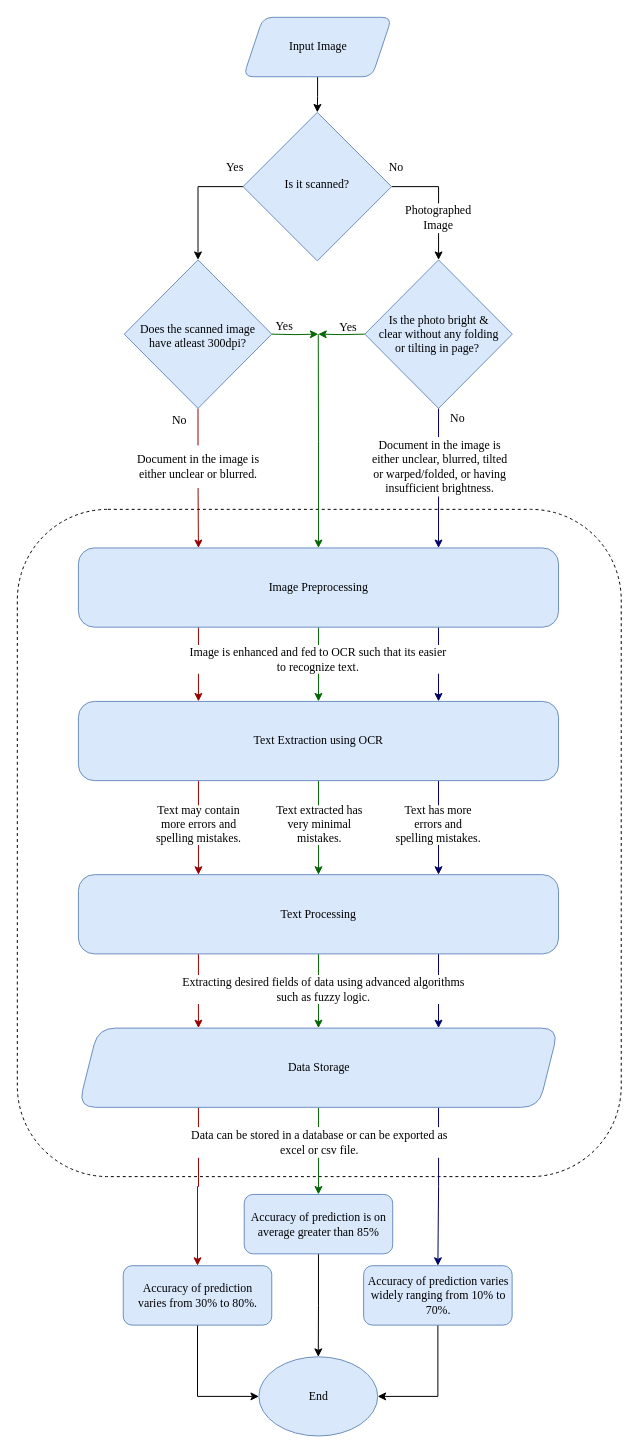
NiThIn-S/first keeps this draw.io diagram as page "Page-3" (3 of 3) of workflow3.drawio. Above is the earlier version. Source tidied: cells renumbered, new cells numbered last; positions are measured from the earlier drawing's top-left corner, leaving out a move shared by most shapes. Both pictures are drawn from the tidied source at 99%, with x=0, y=0 at pixel (17, 17).
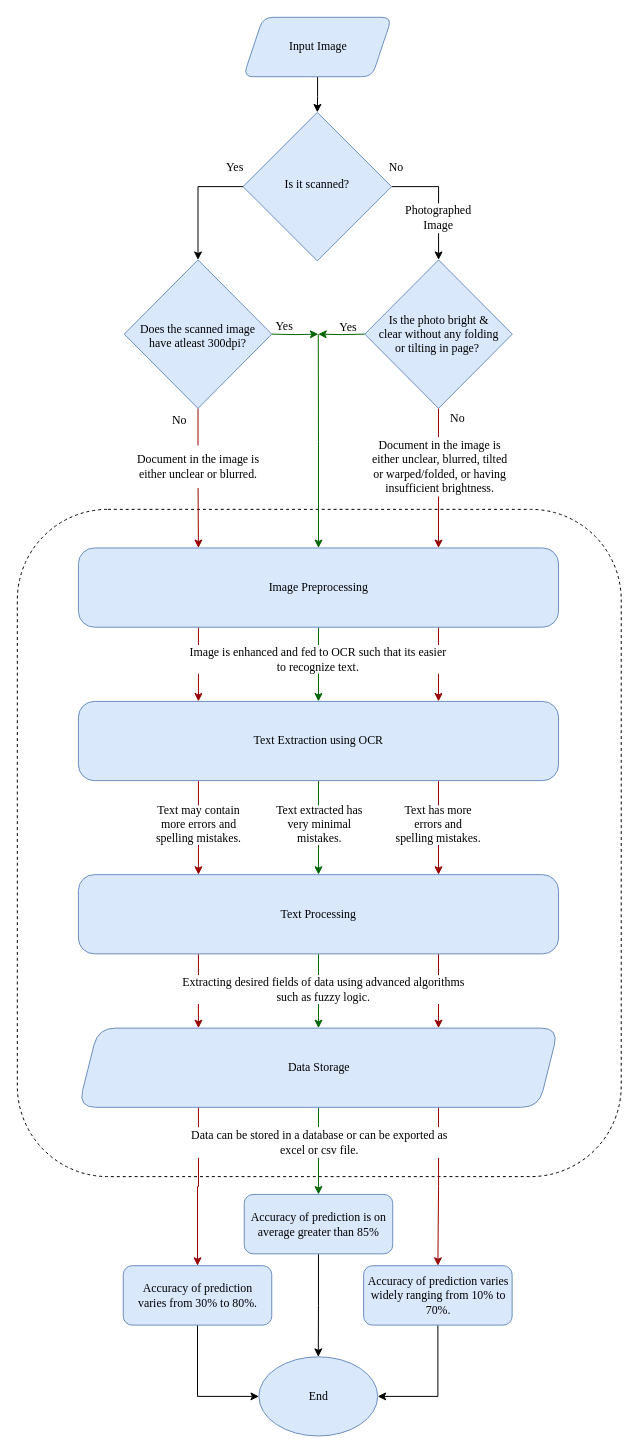
After the change.

The change refers to these unchanged cells:
```xml
<mxCell id="5" value="&lt;div&gt;Is the photo bright &amp;amp; &lt;br&gt;&lt;/div&gt;&lt;div&gt;clear without any folding or tilting in page?&amp;nbsp; &lt;/div&gt;" style="rhombus;whiteSpace=wrap;shadow=0;fontFamily=Times New Roman;fontSize=12;align=center;strokeWidth=1;spacing=7;spacingTop=0;verticalAlign=middle;textDirection=ltr;html=1;horizontal=1;fillColor=#dae8fc;strokeColor=#6c8ebf;labelPosition=center;verticalLabelPosition=middle;spacingLeft=3;spacingRight=2;" parent="1" vertex="1">
  <mxGeometry x="351" y="245" width="149" height="150" as="geometry" />
</mxCell>
<mxCell id="19" value="&lt;div&gt;&lt;span&gt;Image Preprocessing&lt;/span&gt;&lt;/div&gt;" style="rounded=1;whiteSpace=wrap;html=1;align=center;fillColor=#dae8fc;strokeColor=#6c8ebf;fontFamily=Times New Roman;fontStyle=0;arcSize=20;" parent="1" vertex="1">
  <mxGeometry x="61.7" y="536" width="485" height="80" as="geometry" />
</mxCell>
<mxCell id="33" value="&lt;div&gt;Text Extraction using OCR&lt;/div&gt;" style="rounded=1;whiteSpace=wrap;html=1;align=center;fillColor=#dae8fc;strokeColor=#6c8ebf;fontFamily=Times New Roman;fontStyle=0;arcSize=20;" parent="1" vertex="1">
  <mxGeometry x="61.7" y="691" width="485" height="80" as="geometry" />
</mxCell>
<mxCell id="38" value="Text Processing" style="rounded=1;whiteSpace=wrap;html=1;align=center;fillColor=#dae8fc;strokeColor=#6c8ebf;fontFamily=Times New Roman;fontStyle=0;arcSize=20;" parent="1" vertex="1">
  <mxGeometry x="61.7" y="866" width="485" height="80" as="geometry" />
</mxCell>
<mxCell id="45" value="Data Storage" style="shape=parallelogram;perimeter=parallelogramPerimeter;whiteSpace=wrap;html=1;fixedSize=1;rounded=1;strokeColor=#6c8ebf;fillColor=#dae8fc;spacingTop=-1;spacingLeft=1;fontFamily=Times New Roman;size=20;arcSize=35;" parent="1" vertex="1">
  <mxGeometry x="61.7" y="1021" width="485" height="80" as="geometry" />
</mxCell>
<mxCell id="48" value="Accuracy of prediction varies widely ranging from 10% to 70%." style="whiteSpace=wrap;html=1;rounded=1;fontFamily=Times New Roman;strokeColor=#6c8ebf;fillColor=#dae8fc;spacingTop=-1;spacingLeft=1;" parent="1" vertex="1">
  <mxGeometry x="349.8" y="1261" width="150" height="60" as="geometry" />
</mxCell>
```

Change to the diagram source:
```diff
@@
-    <mxCell id="3" style="edgeStyle=orthogonalEdgeStyle;rounded=0;jettySize=auto;html=1;entryX=0.75;entryY=0;entryDx=0;entryDy=0;strokeColor=#000066;fontFamily=Times New Roman;" parent="1" edge="1" source="5" target="19">
+    <mxCell id="3" style="edgeStyle=orthogonalEdgeStyle;rounded=0;jettySize=auto;html=1;entryX=0.75;entryY=0;entryDx=0;entryDy=0;strokeColor=#990000;fontFamily=Times New Roman;" parent="1" edge="1" source="5" target="19">
       <mxGeometry relative="1" as="geometry" />
     </mxCell>
@@
-    <mxCell id="18" style="edgeStyle=orthogonalEdgeStyle;rounded=0;jettySize=auto;html=1;exitX=0.75;exitY=1;exitDx=0;exitDy=0;entryX=0.75;entryY=0;entryDx=0;entryDy=0;strokeColor=#000066;fontFamily=Times New Roman;" parent="1" edge="1" source="19" target="33">
+    <mxCell id="18" style="edgeStyle=orthogonalEdgeStyle;rounded=0;jettySize=auto;html=1;exitX=0.75;exitY=1;exitDx=0;exitDy=0;entryX=0.75;entryY=0;entryDx=0;entryDy=0;strokeColor=#990000;fontFamily=Times New Roman;" parent="1" edge="1" source="19" target="33">
       <mxGeometry relative="1" as="geometry" />
     </mxCell>
@@
-    <mxCell id="31" style="edgeStyle=orthogonalEdgeStyle;rounded=0;jettySize=auto;html=1;exitX=0.75;exitY=1;exitDx=0;exitDy=0;entryX=0.75;entryY=0;entryDx=0;entryDy=0;fontFamily=Times New Roman;strokeColor=#000066;" parent="1" edge="1" source="33" target="38">
+    <mxCell id="31" style="edgeStyle=orthogonalEdgeStyle;rounded=0;jettySize=auto;html=1;exitX=0.75;exitY=1;exitDx=0;exitDy=0;entryX=0.75;entryY=0;entryDx=0;entryDy=0;fontFamily=Times New Roman;strokeColor=#990000;" parent="1" edge="1" source="33" target="38">
       <mxGeometry relative="1" as="geometry" />
     </mxCell>
@@
-    <mxCell id="36" style="edgeStyle=orthogonalEdgeStyle;rounded=0;jettySize=auto;html=1;exitX=0.75;exitY=1;exitDx=0;exitDy=0;entryX=0.75;entryY=0;entryDx=0;entryDy=0;fontFamily=Times New Roman;strokeColor=#000066;" parent="1" edge="1" source="38" target="45">
+    <mxCell id="36" style="edgeStyle=orthogonalEdgeStyle;rounded=0;jettySize=auto;html=1;exitX=0.75;exitY=1;exitDx=0;exitDy=0;entryX=0.75;entryY=0;entryDx=0;entryDy=0;fontFamily=Times New Roman;strokeColor=#990000;" parent="1" edge="1" source="38" target="45">
       <mxGeometry relative="1" as="geometry" />
     </mxCell>
@@
-    <mxCell id="44" style="edgeStyle=orthogonalEdgeStyle;rounded=0;jettySize=auto;html=1;exitX=0.75;exitY=1;exitDx=0;exitDy=0;fontFamily=Times New Roman;strokeColor=#000066;" parent="1" edge="1" source="45" target="48">
+    <mxCell id="44" style="edgeStyle=orthogonalEdgeStyle;rounded=0;jettySize=auto;html=1;exitX=0.75;exitY=1;exitDx=0;exitDy=0;fontFamily=Times New Roman;strokeColor=#990000;" parent="1" edge="1" source="45" target="48">
       <mxGeometry relative="1" as="geometry" />
     </mxCell>
```
